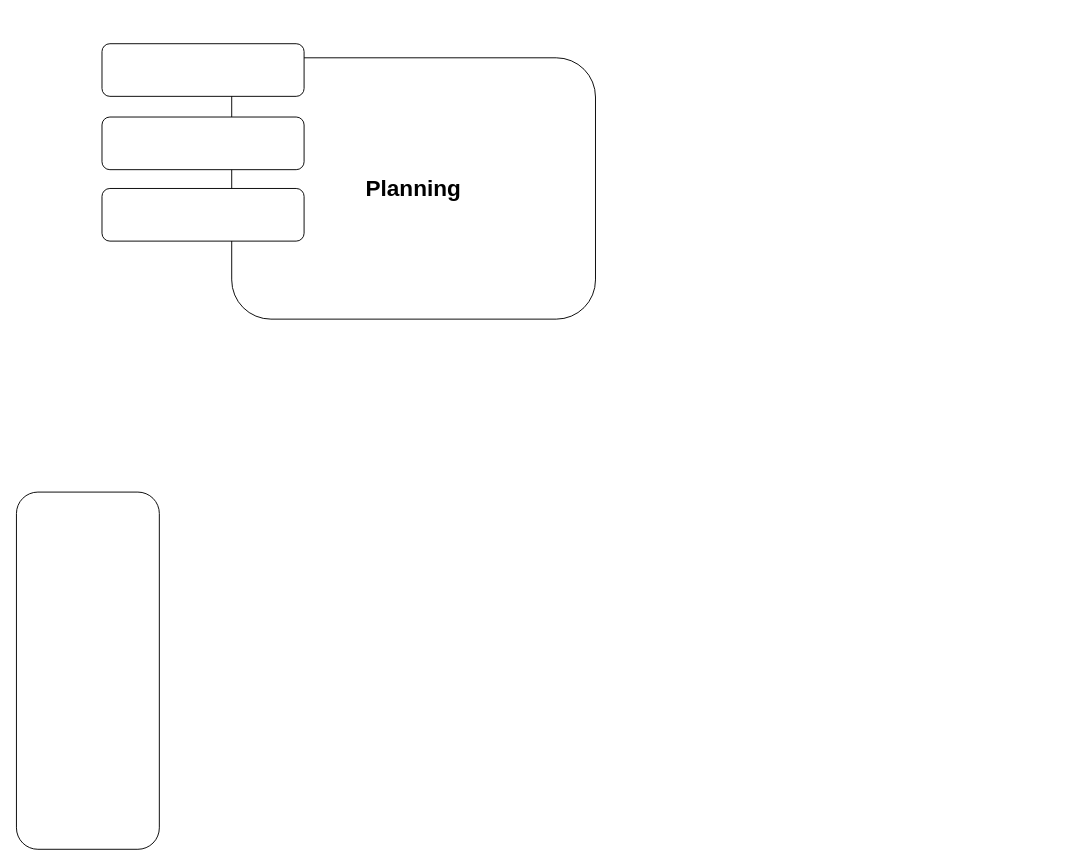
Earlier version of the draw.io diagram Untitled Diagram.drawio (Micright/Lucas-Li). Source tidied: cells renumbered, new cells numbered last; positions are measured from the earlier drawing's top-left corner, leaving out a move shared by most shapes. Both pictures are drawn from the tidied source at 94%, with x=0, y=0 at pixel (16, 43).
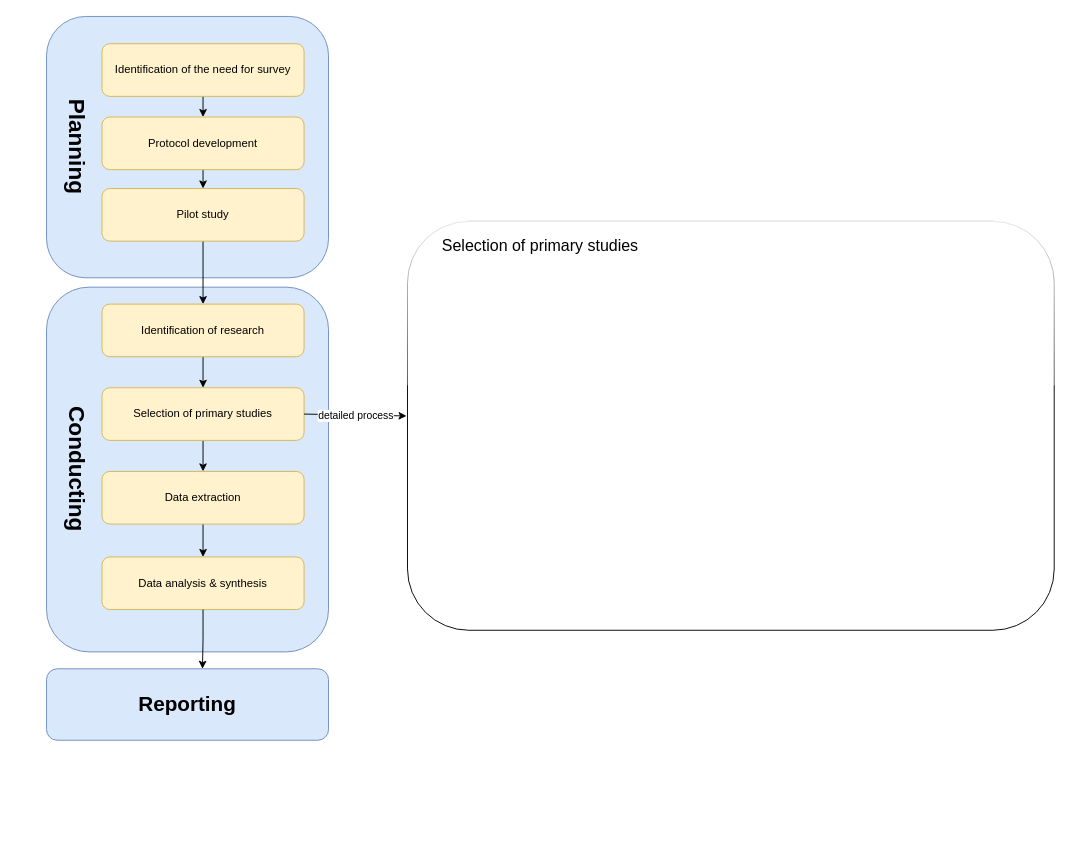
Above is the later version.

Diff of the diagram source:
```diff
@@
-    <mxCell id="2" value="&lt;h1&gt;Planning&lt;/h1&gt;" style="rounded=1;whiteSpace=wrap;html=1;fontStyle=1;labelBackgroundColor=none;shadow=0;direction=east;verticalAlign=middle;labelPosition=center;verticalLabelPosition=middle;align=center;textDirection=ltr;spacingRight=0;spacingTop=0;" parent="1" vertex="1">
-      <mxGeometry x="229" y="15" width="387" height="278" as="geometry" />
+    <mxCell id="2" value="&lt;h1&gt;Planning&lt;/h1&gt;" style="rounded=1;whiteSpace=wrap;html=1;fontStyle=1;labelBackgroundColor=none;shadow=0;direction=east;verticalAlign=middle;labelPosition=center;verticalLabelPosition=middle;align=left;textDirection=vertical-lr;spacingRight=0;spacingTop=0;flipH=1;flipV=0;fillColor=#dae8fc;strokeColor=#6c8ebf;" parent="1" vertex="1">
+      <mxGeometry x="32" y="-29" width="300" height="278" as="geometry" />
     </mxCell>
-    <mxCell id="3" style="rounded=1;whiteSpace=wrap;html=1;" parent="1" vertex="1">
-      <mxGeometry y="477" width="152" height="380" as="geometry" />
-    </mxCell>
+    <mxCell id="7" style="edgeStyle=orthogonalEdgeStyle;rounded=0;jettySize=auto;html=1;exitX=0.5;exitY=1;exitDx=0;exitDy=0;entryX=0.5;entryY=0;entryDx=0;entryDy=0;" parent="1" edge="1" source="4" target="5">
+      <mxGeometry relative="1" as="geometry" />
+    </mxCell>
-    <mxCell id="4" style="rounded=1;whiteSpace=wrap;html=1;labelBackgroundColor=default;" parent="1" vertex="1">
+    <mxCell id="4" value="Identification of the need for survey" style="rounded=1;whiteSpace=wrap;html=1;labelBackgroundColor=none;fillColor=#fff2cc;strokeColor=#d6b656;labelBorderColor=none;" parent="1" vertex="1">
       <mxGeometry x="91" width="215" height="56" as="geometry" />
     </mxCell>
+    <mxCell id="8" style="edgeStyle=orthogonalEdgeStyle;rounded=0;jettySize=auto;html=1;exitX=0.5;exitY=1;exitDx=0;exitDy=0;entryX=0.5;entryY=0;entryDx=0;entryDy=0;" parent="1" edge="1" source="5" target="6">
+      <mxGeometry relative="1" as="geometry" />
+    </mxCell>
-    <mxCell id="5" style="rounded=1;whiteSpace=wrap;html=1;" parent="1" vertex="1">
+    <mxCell id="5" value="Protocol development" style="rounded=1;whiteSpace=wrap;html=1;fillColor=#fff2cc;strokeColor=#d6b656;" parent="1" vertex="1">
       <mxGeometry x="91" y="78" width="215" height="56" as="geometry" />
     </mxCell>
+    <mxCell id="9" value="&lt;h1&gt;Conducting&lt;/h1&gt;" style="rounded=1;whiteSpace=wrap;html=1;fontStyle=1;labelBackgroundColor=none;shadow=0;direction=east;verticalAlign=middle;labelPosition=center;verticalLabelPosition=middle;align=left;textDirection=vertical-lr;spacingRight=0;spacingTop=0;flipH=1;flipV=0;fillColor=#dae8fc;strokeColor=#6c8ebf;" parent="1" vertex="1">
+      <mxGeometry x="32" y="259" width="300" height="388" as="geometry" />
+    </mxCell>
+    <mxCell id="10" style="edgeStyle=orthogonalEdgeStyle;rounded=0;jettySize=auto;html=1;exitX=0.5;exitY=1;exitDx=0;exitDy=0;entryX=0.5;entryY=0;entryDx=0;entryDy=0;" parent="9" edge="1" source="11" target="13">
+      <mxGeometry relative="1" as="geometry" />
+    </mxCell>
+    <mxCell id="11" value="Identification of research" style="rounded=1;whiteSpace=wrap;html=1;labelBackgroundColor=none;labelBorderColor=none;fillColor=#fff2cc;strokeColor=#d6b656;" parent="9" vertex="1">
+      <mxGeometry x="59" y="18" width="215" height="56" as="geometry" />
+    </mxCell>
+    <mxCell id="12" style="edgeStyle=orthogonalEdgeStyle;rounded=0;jettySize=auto;html=1;exitX=0.5;exitY=1;exitDx=0;exitDy=0;entryX=0.5;entryY=0;entryDx=0;entryDy=0;" parent="9" edge="1" source="13" target="15">
+      <mxGeometry relative="1" as="geometry" />
+    </mxCell>
+    <mxCell id="13" value="Selection of primary studies" style="rounded=1;whiteSpace=wrap;html=1;fillColor=#fff2cc;strokeColor=#d6b656;" parent="9" vertex="1">
+      <mxGeometry x="59" y="107" width="215" height="56" as="geometry" />
+    </mxCell>
+    <mxCell id="14" style="edgeStyle=orthogonalEdgeStyle;rounded=0;jettySize=auto;html=1;exitX=0.5;exitY=1;exitDx=0;exitDy=0;entryX=0.5;entryY=0;entryDx=0;entryDy=0;" parent="9" edge="1" source="15" target="16">
+      <mxGeometry relative="1" as="geometry" />
+    </mxCell>
+    <mxCell id="15" value="Data extraction" style="rounded=1;whiteSpace=wrap;html=1;fillColor=#fff2cc;strokeColor=#d6b656;" parent="9" vertex="1">
+      <mxGeometry x="59" y="196" width="215" height="56" as="geometry" />
+    </mxCell>
+    <mxCell id="16" value="Data analysis &amp;amp; synthesis" style="rounded=1;whiteSpace=wrap;html=1;fillColor=#fff2cc;strokeColor=#d6b656;" parent="9" vertex="1">
+      <mxGeometry x="59" y="287" width="215" height="56" as="geometry" />
+    </mxCell>
+    <mxCell id="17" style="endArrow=classic;html=1;rounded=0;" parent="9" edge="1">
+      <mxGeometry relative="1" as="geometry">
+        <mxPoint x="274" y="135" as="sourcePoint" />
+        <mxPoint x="383" y="137" as="targetPoint" />
+      </mxGeometry>
+    </mxCell>
+    <mxCell id="18" value="detailed process" style="edgeLabel;html=1;align=center;verticalAlign=middle;" parent="17" vertex="1">
+      <mxGeometry relative="1" as="geometry" />
+    </mxCell>
+    <mxCell id="19" style="edgeStyle=orthogonalEdgeStyle;rounded=0;jettySize=auto;html=1;exitX=0.5;exitY=1;exitDx=0;exitDy=0;entryX=0.5;entryY=0;entryDx=0;entryDy=0;" parent="1" edge="1" source="6" target="11">
+      <mxGeometry relative="1" as="geometry" />
+    </mxCell>
-    <mxCell id="6" style="rounded=1;whiteSpace=wrap;html=1;" parent="1" vertex="1">
+    <mxCell id="6" value="Pilot study" style="rounded=1;whiteSpace=wrap;html=1;fillColor=#fff2cc;strokeColor=#d6b656;" parent="1" vertex="1">
       <mxGeometry x="91" y="154" width="215" height="56" as="geometry" />
     </mxCell>
+    <mxCell id="20" value="&lt;b&gt;&lt;font style=&quot;font-size: 22px;&quot;&gt;Reporting&lt;/font&gt;&lt;/b&gt;" style="rounded=1;whiteSpace=wrap;html=1;fillColor=#dae8fc;strokeColor=#6c8ebf;" parent="1" vertex="1">
+      <mxGeometry x="32" y="665" width="300" height="76" as="geometry" />
+    </mxCell>
+    <mxCell id="21" style="edgeStyle=orthogonalEdgeStyle;rounded=0;jettySize=auto;html=1;exitX=0.5;exitY=1;exitDx=0;exitDy=0;entryX=0.553;entryY=0;entryDx=0;entryDy=0;entryPerimeter=0;" parent="1" edge="1" source="16" target="20">
+      <mxGeometry relative="1" as="geometry" />
+    </mxCell>
+    <mxCell id="22" value="&lt;span&gt;&lt;font style=&quot;font-size: 17px;&quot;&gt;Selection of primary studies&lt;/font&gt;&lt;/span&gt;" style="rounded=1;whiteSpace=wrap;html=1;align=left;glass=1;verticalAlign=top;spacingLeft=35;spacingTop=10;" parent="1" vertex="1">
+      <mxGeometry x="416" y="189" width="688" height="435" as="geometry" />
+    </mxCell>
```
